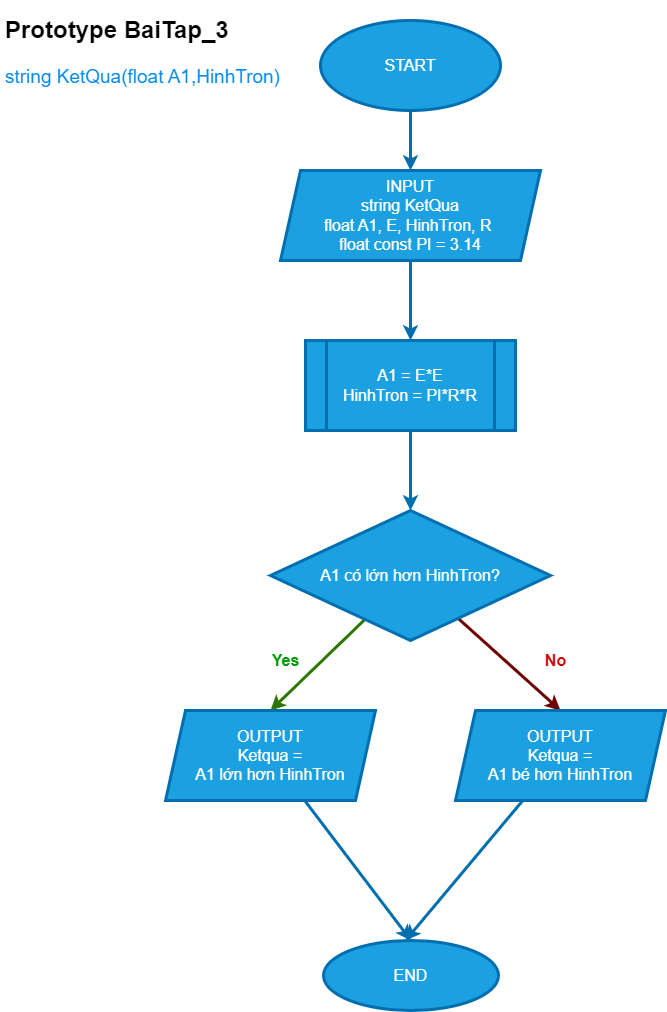
This is Lab_1/Bai_3/FlowBai_3_1.drawio.png from MinkWungNe/NLNNLT, a draw.io export, as it was before one commit. Source tidied: cells renumbered, new cells last; positions are measured from the earlier drawing's top-left corner, leaving out a move shared by most shapes.
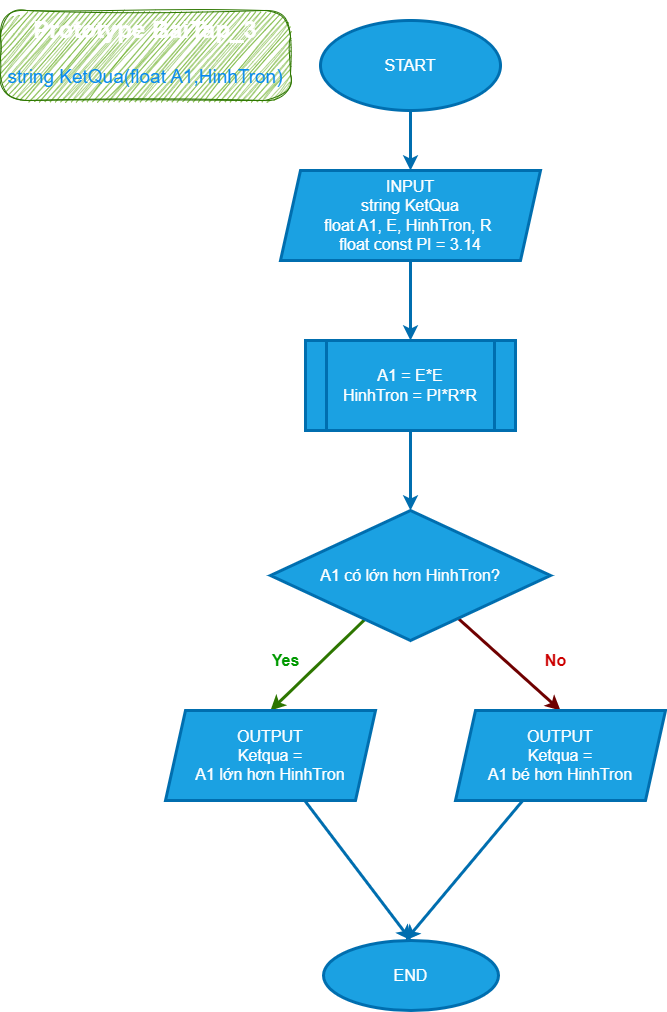
After the change.

What changed in the source:
```diff
@@ -52,7 +52,7 @@
     <mxCell id="17" value="No" style="text;html=1;align=center;verticalAlign=middle;strokeColor=none;fillColor=none;fontSize=16;fontStyle=1;fontColor=#CC0000;" parent="1" vertex="1">
       <mxGeometry x="535" y="635" width="40" height="30" as="geometry" />
     </mxCell>
-    <mxCell id="18" value="&lt;h1&gt;&lt;span style=&quot;background-color: initial;&quot;&gt;Prototype BaiTap_3&lt;/span&gt;&lt;/h1&gt;&lt;h1&gt;&lt;font color=&quot;#058af0&quot;&gt;&lt;span style=&quot;font-size: 19px; font-weight: 400;&quot;&gt;string KetQua(float A1,HinhTron)&lt;/span&gt;&lt;/font&gt;&lt;/h1&gt;" style="text;html=1;strokeColor=none;fillColor=none;spacing=5;spacingTop=-20;whiteSpace=wrap;overflow=hidden;rounded=0;" parent="1" vertex="1">
+    <mxCell id="18" value="&lt;h1&gt;&lt;span style=&quot;background-color: initial;&quot;&gt;Prototype BaiTap_3&lt;/span&gt;&lt;/h1&gt;&lt;h1&gt;&lt;font color=&quot;#058af0&quot;&gt;&lt;span style=&quot;font-size: 19px; font-weight: 400;&quot;&gt;string KetQua(float A1,HinhTron)&lt;/span&gt;&lt;/font&gt;&lt;/h1&gt;" style="text;html=1;strokeColor=#2D7600;fillColor=#60a917;spacing=5;spacingTop=-20;whiteSpace=wrap;overflow=hidden;rounded=1;fontColor=#ffffff;sketch=1;curveFitting=1;jiggle=2;arcSize=29;align=center;strokeWidth=1;" parent="1" vertex="1">
       <mxGeometry width="290" height="90" as="geometry" />
     </mxCell>
   </root>
```
